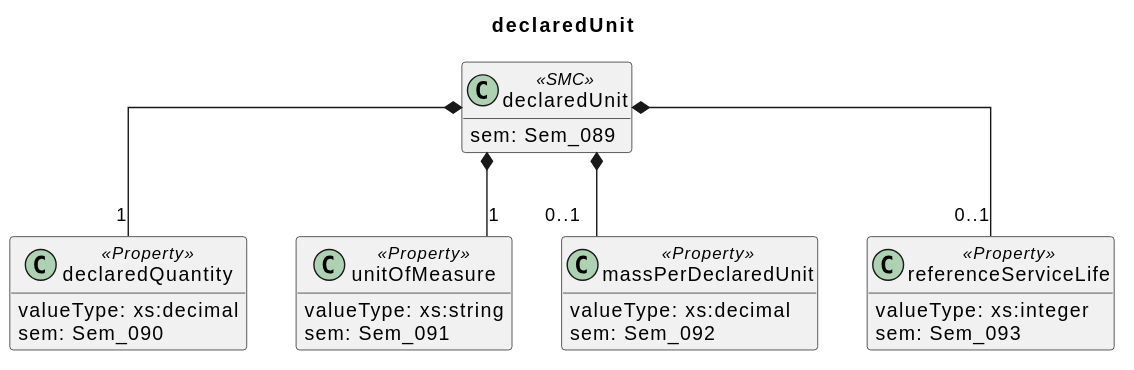
The PlantUML diagram docs/model/sections/declaredUnit.svg in Leeeks/aas-epd-type-iii-submodel, before a commit.
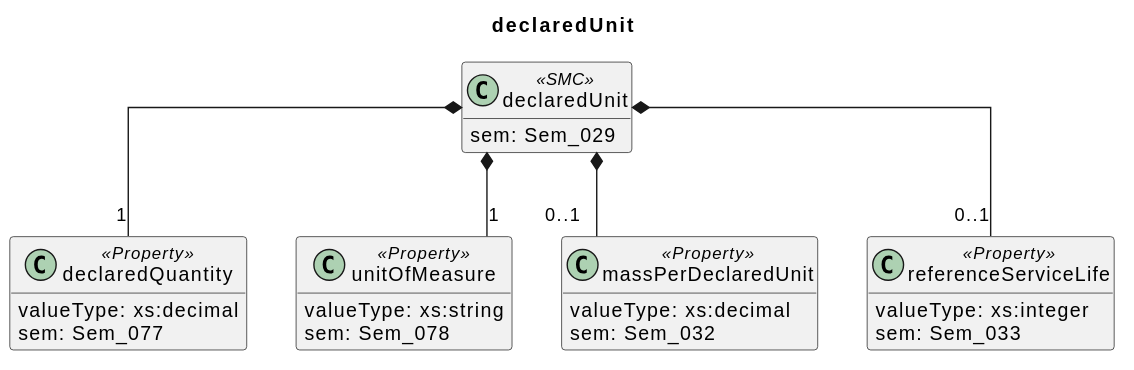
The same file after the commit.

What changed in the source:
```diff
@@ -5,23 +5,23 @@
 hide empty members
 
 class declaredUnit <<SMC>> {
-  sem: Sem_089
+  sem: Sem_029
 }
 class declaredQuantity <<Property>> {
   valueType: xs:decimal
-  sem: Sem_090
+  sem: Sem_077
 }
 class unitOfMeasure <<Property>> {
   valueType: xs:string
-  sem: Sem_091
+  sem: Sem_078
 }
 class massPerDeclaredUnit <<Property>> {
   valueType: xs:decimal
-  sem: Sem_092
+  sem: Sem_032
 }
 class referenceServiceLife <<Property>> {
   valueType: xs:integer
-  sem: Sem_093
+  sem: Sem_033
 }
 
 declaredUnit *-- "1" declaredQuantity
```
